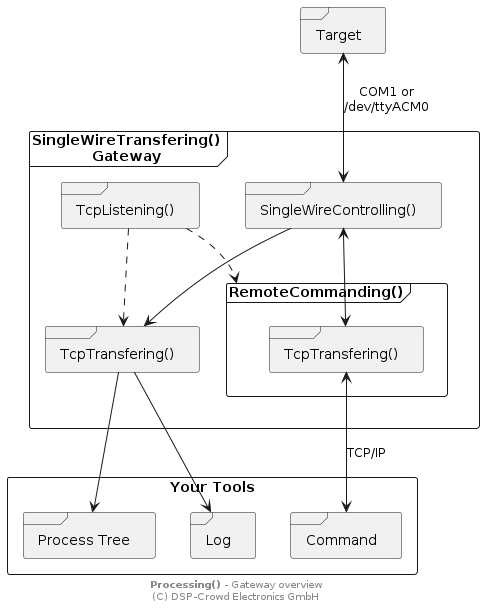
NoOrientationProgramming/code-orb keeps this PlantUML diagram as doc/system/overview-gw.png. Above is the earlier version.
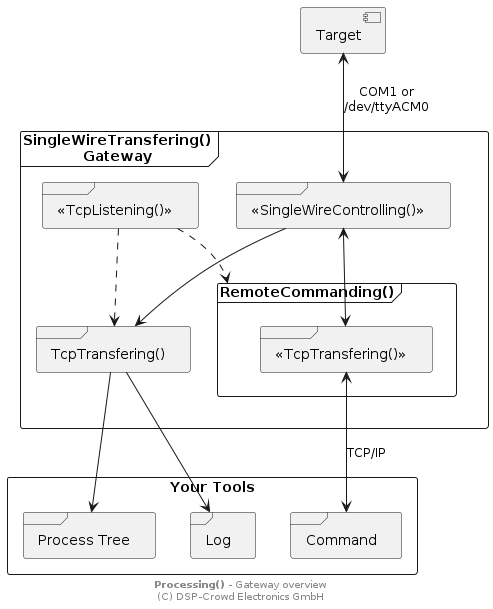
The same diagram one commit later.

Diff of the diagram source:
```diff
@@ -1,15 +1,15 @@
 @startuml
 
 
-frame "Target" as pTarget
+component "Target" as pTarget
 
 frame "SingleWireTransfering()\nGateway" as pGw {
 
-  frame "SingleWireControlling()" as pSwt
-  frame "TcpListening()" as pTcp
+  frame "<<SingleWireControlling()>>" as pSwt
+  frame "<<TcpListening()>>" as pTcp
   frame "TcpTransfering()" as pTrans
   frame "RemoteCommanding()" as pCmdRemote {
-    frame "TcpTransfering()" as pTrans2
+    frame "<<TcpTransfering()>>" as pTrans2
   }
 }
 
```
